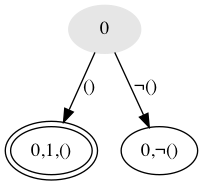
This is examples/dfa.png from yichaolemon/RegexMatcher, a Graphviz export, as it was before one commit. Its source is kept beside it as examples/dfa.dot. Source of this version:
```dot
digraph Regex {
_30 [style=filled,color="0 0 .9",peripheries=1,label="0"];
_30 -> _302c312c2829 [label="()"];
_30 -> _302cc2ac2829 [label="¬()"];
_302cc2ac2829 [shape=ellipse,peripheries=1,label="0,¬()"];
_302c312c2829 [shape=ellipse,peripheries=2,label="0,1,()"];
}
```
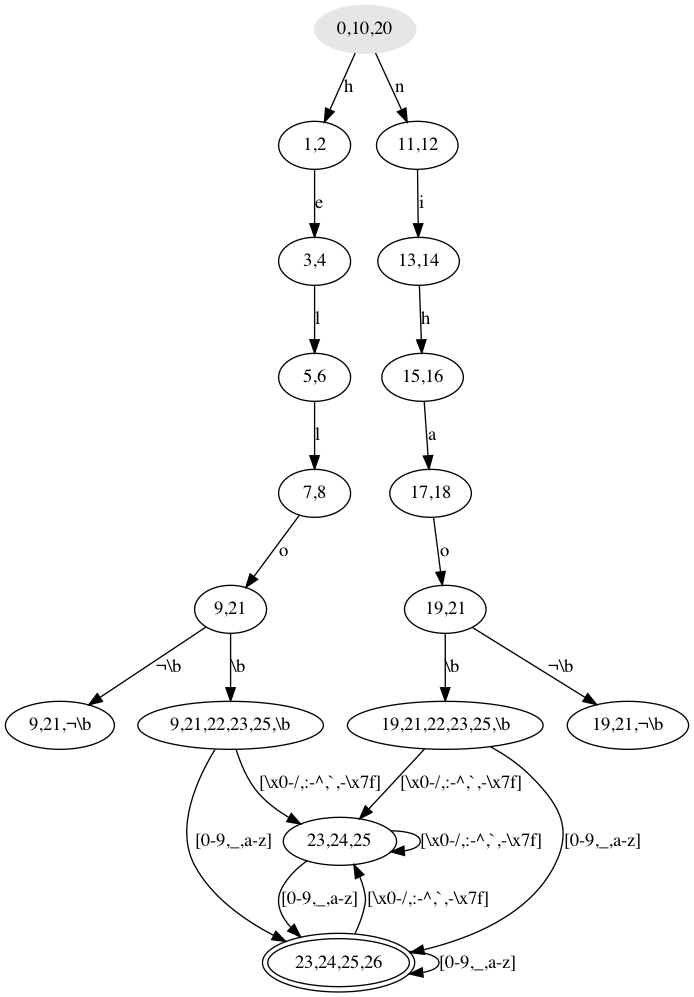
The same diagram one commit later.

The edit, as a diff of the source:
```diff
@@ -1,7 +1,41 @@
 digraph Regex {
-_30 [style=filled,color="0 0 .9",peripheries=1,label="0"];
-_30 -> _302c312c2829 [label="()"];
-_30 -> _302cc2ac2829 [label="¬()"];
-_302cc2ac2829 [shape=ellipse,peripheries=1,label="0,¬()"];
-_302c312c2829 [shape=ellipse,peripheries=2,label="0,1,()"];
+_31392c32312c32322c32332c32352c5c5c62 [shape=ellipse,peripheries=1,label="19,21,22,23,25,\\b"];
+_31392c32312c32322c32332c32352c5c5c62 -> _32332c32342c3235 [label="[\\x0-/,:-^,`,-\\x7f]"];
+_31392c32312c32322c32332c32352c5c5c62 -> _32332c32342c32352c3236 [label="[0-9,_,a-z]"];
+_312c32 [shape=ellipse,peripheries=1,label="1,2"];
+_312c32 -> _332c34 [label="e"];
+_32332c32342c32352c3236 [shape=ellipse,peripheries=2,label="23,24,25,26"];
+_32332c32342c32352c3236 -> _32332c32342c32352c3236 [label="[0-9,_,a-z]"];
+_32332c32342c32352c3236 -> _32332c32342c3235 [label="[\\x0-/,:-^,`,-\\x7f]"];
+_352c36 [shape=ellipse,peripheries=1,label="5,6"];
+_352c36 -> _372c38 [label="l"];
+_332c34 [shape=ellipse,peripheries=1,label="3,4"];
+_332c34 -> _352c36 [label="l"];
+_31312c3132 [shape=ellipse,peripheries=1,label="11,12"];
+_31312c3132 -> _31332c3134 [label="i"];
+_392c32312cc2ac5c5c62 [shape=ellipse,peripheries=1,label="9,21,¬\\b"];
+_31372c3138 [shape=ellipse,peripheries=1,label="17,18"];
+_31372c3138 -> _31392c3231 [label="o"];
+_392c32312c32322c32332c32352c5c5c62 [shape=ellipse,peripheries=1,label="9,21,22,23,25,\\b"];
+_392c32312c32322c32332c32352c5c5c62 -> _32332c32342c32352c3236 [label="[0-9,_,a-z]"];
+_392c32312c32322c32332c32352c5c5c62 -> _32332c32342c3235 [label="[\\x0-/,:-^,`,-\\x7f]"];
+_31332c3134 [shape=ellipse,peripheries=1,label="13,14"];
+_31332c3134 -> _31352c3136 [label="h"];
+_32332c32342c3235 [shape=ellipse,peripheries=1,label="23,24,25"];
+_32332c32342c3235 -> _32332c32342c32352c3236 [label="[0-9,_,a-z]"];
+_32332c32342c3235 -> _32332c32342c3235 [label="[\\x0-/,:-^,`,-\\x7f]"];
+_302c31302c3230 [style=filled,color="0 0 .9",peripheries=1,label="0,10,20"];
+_302c31302c3230 -> _31312c3132 [label="n"];
+_302c31302c3230 -> _312c32 [label="h"];
+_392c3231 [shape=ellipse,peripheries=1,label="9,21"];
+_392c3231 -> _392c32312c32322c32332c32352c5c5c62 [label="\\b"];
+_392c3231 -> _392c32312cc2ac5c5c62 [label="¬\\b"];
+_31352c3136 [shape=ellipse,peripheries=1,label="15,16"];
+_31352c3136 -> _31372c3138 [label="a"];
+_31392c32312cc2ac5c5c62 [shape=ellipse,peripheries=1,label="19,21,¬\\b"];
+_372c38 [shape=ellipse,peripheries=1,label="7,8"];
+_372c38 -> _392c3231 [label="o"];
+_31392c3231 [shape=ellipse,peripheries=1,label="19,21"];
+_31392c3231 -> _31392c32312c32322c32332c32352c5c5c62 [label="\\b"];
+_31392c3231 -> _31392c32312cc2ac5c5c62 [label="¬\\b"];
 }
```
